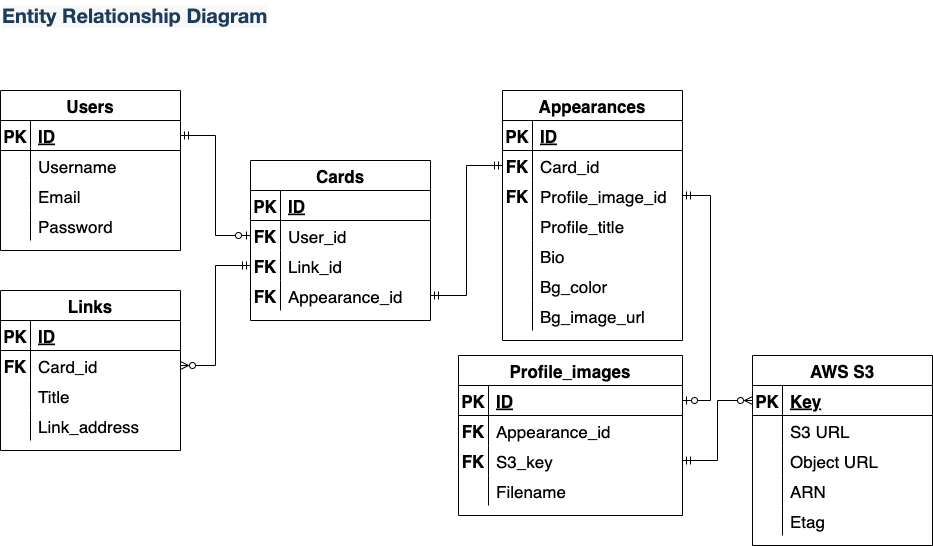
Earlier version of the draw.io export docs/T3A2-ERD.png (teamilink/iLinkDocs). Source tidied: cells renumbered, new cells last; positions are measured from the earlier drawing's top-left corner, leaving out a move shared by most shapes.
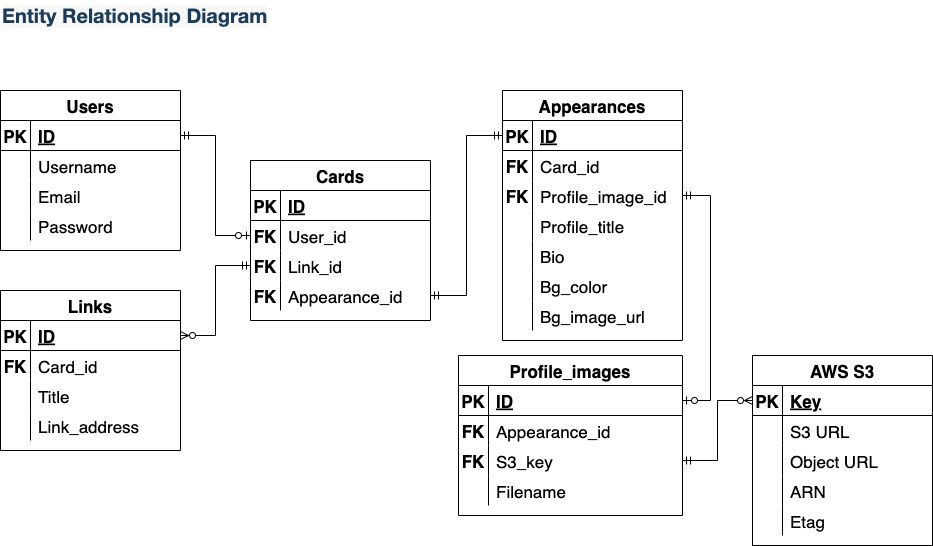
The same file after the commit.

What changed in the source:
```diff
@@ -239,10 +239,10 @@
     <mxCell id="80" style="edgeStyle=orthogonalEdgeStyle;rounded=0;jettySize=auto;html=1;exitX=1;exitY=0.5;exitDx=0;exitDy=0;entryX=0;entryY=0.5;entryDx=0;entryDy=0;fontSize=17;startArrow=ERmandOne;startFill=0;endArrow=ERzeroToOne;endFill=0;" parent="1" edge="1" source="4" target="33">
       <mxGeometry relative="1" as="geometry" />
     </mxCell>
-    <mxCell id="81" style="edgeStyle=orthogonalEdgeStyle;rounded=0;jettySize=auto;html=1;exitX=1;exitY=0.5;exitDx=0;exitDy=0;entryX=0;entryY=0.5;entryDx=0;entryDy=0;fontSize=17;startArrow=ERzeroToMany;startFill=0;endArrow=ERmandOne;endFill=0;" parent="1" edge="1" source="20" target="36">
+    <mxCell id="81" style="edgeStyle=orthogonalEdgeStyle;rounded=0;jettySize=auto;html=1;exitX=1;exitY=0.5;exitDx=0;exitDy=0;entryX=0;entryY=0.5;entryDx=0;entryDy=0;fontSize=17;startArrow=ERzeroToMany;startFill=0;endArrow=ERmandOne;endFill=0;" parent="1" edge="1" source="17" target="36">
       <mxGeometry relative="1" as="geometry" />
     </mxCell>
-    <mxCell id="82" style="edgeStyle=orthogonalEdgeStyle;rounded=0;jettySize=auto;html=1;exitX=1;exitY=0.5;exitDx=0;exitDy=0;entryX=0;entryY=0.5;entryDx=0;entryDy=0;fontSize=17;startArrow=ERmandOne;startFill=0;endArrow=ERmandOne;endFill=0;" parent="1" edge="1" source="39" target="46">
+    <mxCell id="82" style="edgeStyle=orthogonalEdgeStyle;rounded=0;jettySize=auto;html=1;exitX=1;exitY=0.5;exitDx=0;exitDy=0;entryX=0;entryY=0.5;entryDx=0;entryDy=0;fontSize=17;startArrow=ERmandOne;startFill=0;endArrow=ERmandOne;endFill=0;" parent="1" edge="1" source="39" target="43">
       <mxGeometry relative="1" as="geometry" />
     </mxCell>
     <mxCell id="83" style="edgeStyle=orthogonalEdgeStyle;rounded=0;jettySize=auto;html=1;exitX=1;exitY=0.5;exitDx=0;exitDy=0;entryX=0;entryY=0.5;entryDx=0;entryDy=0;fontSize=17;startArrow=ERmandOne;startFill=0;endArrow=ERzeroToMany;endFill=0;" parent="1" edge="1" source="92" target="65">
```
